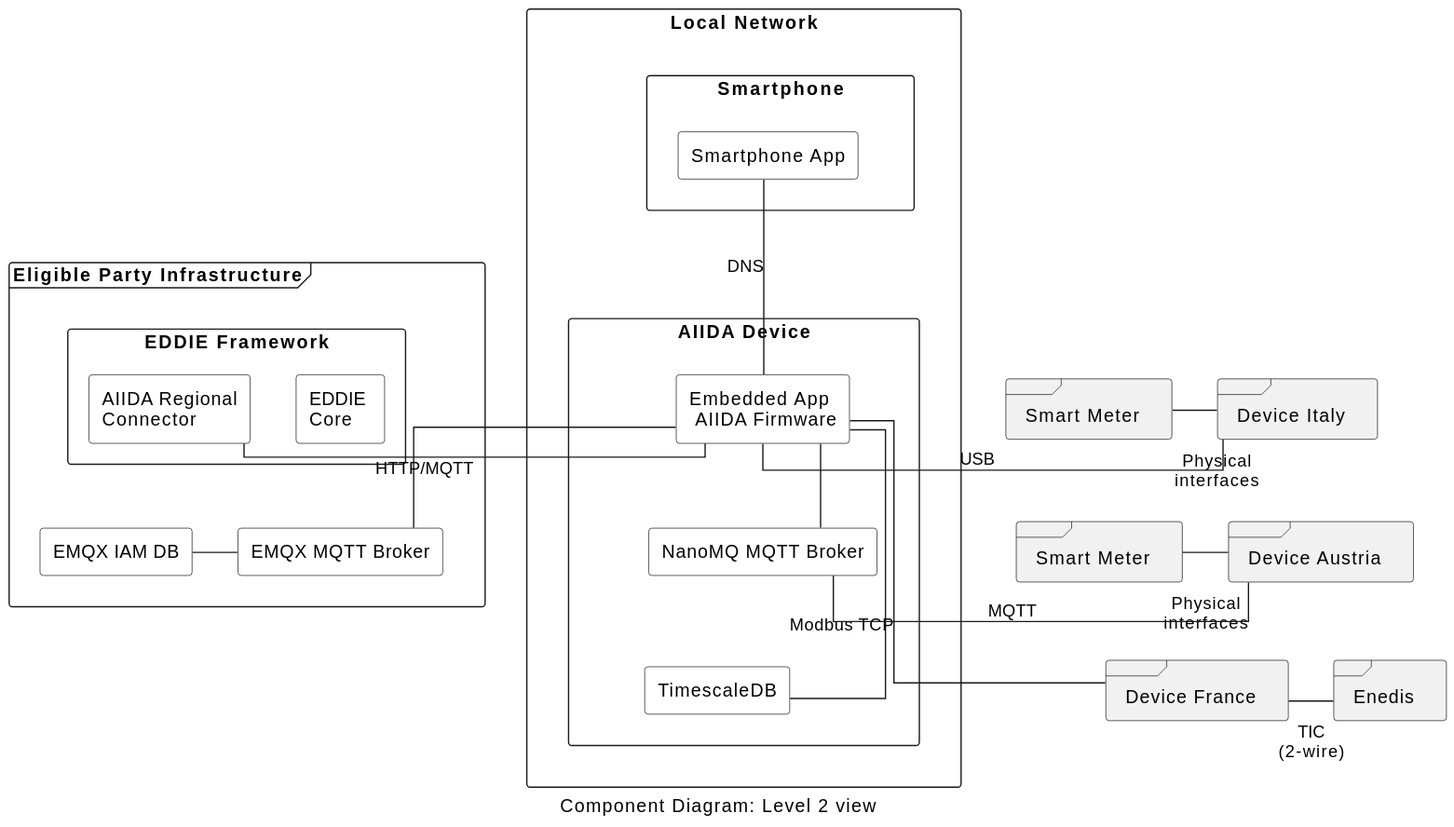
This is arc42/aiida/deployment-view/figures/aiida_deployment_view.svg from eddie-energy/architecture, a PlantUML export, as it was before one commit. Source of this version:
```plantuml
@startuml
caption Component Diagram: Level 2 view

skinparam linetype ortho
skinparam interface {
  backgroundColor transparent
  borderColor black
}
skinparam artifact{
  BorderColor black
  BackgroundColor transparent
}
skinparam actor{
  BorderColor black
  BackgroundColor transparent
}
skinparam database{
  BorderColor black
  BackgroundColor transparent
}
skinparam collections{
  BorderColor black
  BackgroundColor white
}
skinparam rectangle{
  BackgroundColor transparent
  FontColor black
}


frame "Eligible Party Infrastructure"  as epInfra{
  rectangle "EDDIE Framework" {

    rectangle "EDDIE \nCore" as eddie
    rectangle "AIIDA Regional\nConnector" as regcon
  }
    rectangle "EMQX MQTT Broker" as broker
  rectangle "EMQX IAM DB" as emqxiam


  eddie -[hidden]down- emqxiam
  eddie -[hidden]down- broker
  emqxiam -left- broker

}
rectangle "Local Network" {
  rectangle "Smartphone" as smartphone{
    rectangle "Smartphone App" as app

  }
  rectangle "AIIDA Device" as aiida {
    rectangle "Embedded App\n AIIDA Firmware" as embapp
    rectangle "NanoMQ MQTT Broker" as nano
    rectangle "TimescaleDB" as db
  }
  embapp -[hidden]down- nano
  nano -[hidden]down- db
  aiida -[hidden]up- smartphone
  embapp -up- app:DNS
  embapp -down- db
  embapp -left- broker

}

frame "Device Italy" as device1
frame "Device Austria" as device2
frame "Device France" as device3

frame "Smart Meter" as smartmeter1
frame "Enedis" as enedis
frame "Smart Meter" as smartmeter2

device1 -left- smartmeter1:\n\nPhysical\ninterfaces
device2 -left- smartmeter2:\n\nPhysical\ninterfaces
device3 -left- enedis:\nTIC\n(2-wire)

regcon -left- embapp:HTTP/MQTT
embapp -[hidden]right- device2
embapp -right- device1:USB
embapp -right- device3:Modbus TCP
nano -right- device2:MQTT
nano -up-embapp
device1 -[hidden]down- device2
device2 -[hidden]down- device3
epInfra -[hidden]right- aiida
enedis -[hidden]left-device3
@enduml
```
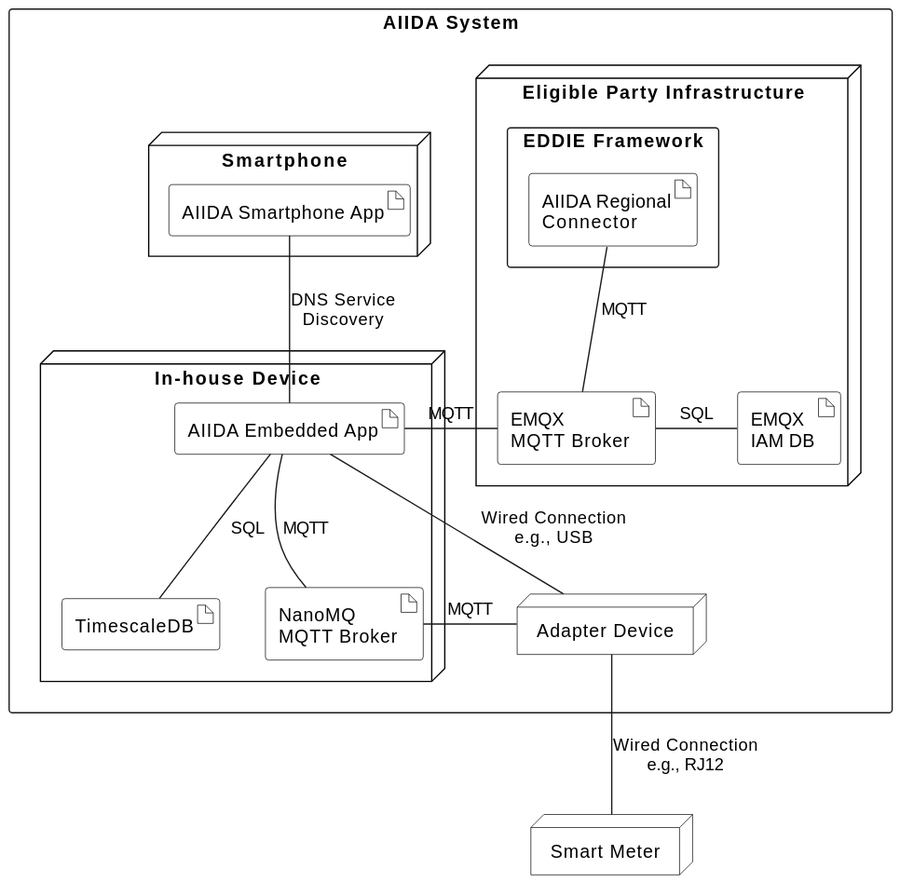
The same file after the commit.

Commit message:
update the AIIDA deployment view

Diff of the diagram source:
```diff
@@ -1,24 +1,11 @@
 @startuml
-caption Component Diagram: Level 2 view
 
-skinparam linetype ortho
-skinparam interface {
-  backgroundColor transparent
-  borderColor black
-}
+
 skinparam artifact{
   BorderColor black
   BackgroundColor transparent
 }
-skinparam actor{
-  BorderColor black
-  BackgroundColor transparent
-}
-skinparam database{
-  BorderColor black
-  BackgroundColor transparent
-}
-skinparam collections{
+skinparam node{
   BorderColor black
   BackgroundColor white
 }
@@ -27,61 +14,47 @@
   FontColor black
 }
 
+rectangle "AIIDA System" {
+  node "Eligible Party Infrastructure"  as epInfra{
+    rectangle "EDDIE Framework" {
+      artifact "AIIDA Regional\nConnector" as regcon
+    }
+    artifact "EMQX \nMQTT Broker" as broker
+    artifact "EMQX \nIAM DB" as emqxiam
 
-frame "Eligible Party Infrastructure"  as epInfra{
-  rectangle "EDDIE Framework" {
+    broker -right- emqxiam : SQL
+    regcon -down- broker : MQTT
+  }
 
-    rectangle "EDDIE \nCore" as eddie
-    rectangle "AIIDA Regional\nConnector" as regcon
+  node "Smartphone" as smartphone{
+    artifact "AIIDA Smartphone App" as app
+
   }
-    rectangle "EMQX MQTT Broker" as broker
-  rectangle "EMQX IAM DB" as emqxiam
+  node "In-house Device" as aiida {
+    artifact "AIIDA Embedded App" as embapp
+    artifact "NanoMQ \nMQTT Broker" as nano
+    artifact "TimescaleDB" as db
+
+    embapp -down- nano : MQTT
+    embapp -down- db : SQL
+    db -[hidden]right- nano
+  }
+
+  embapp -up- app : DNS Service\nDiscovery
+  embapp -right- broker : MQTT
+
+node "Adapter Device" as adapterDevice
+}
+node "Smart Meter" as smartmeter
+
+adapterDevice -left- embapp :  Wired Connection\ne.g., USB
+adapterDevice -left- nano : MQTT
+
+smartmeter -up- adapterDevice : Wired Connection\ne.g., RJ12
 
 
-  eddie -[hidden]down- emqxiam
-  eddie -[hidden]down- broker
-  emqxiam -left- broker
 
-}
-rectangle "Local Network" {
-  rectangle "Smartphone" as smartphone{
-    rectangle "Smartphone App" as app
 
-  }
-  rectangle "AIIDA Device" as aiida {
-    rectangle "Embedded App\n AIIDA Firmware" as embapp
-    rectangle "NanoMQ MQTT Broker" as nano
-    rectangle "TimescaleDB" as db
-  }
-  embapp -[hidden]down- nano
-  nano -[hidden]down- db
-  aiida -[hidden]up- smartphone
-  embapp -up- app:DNS
-  embapp -down- db
-  embapp -left- broker
 
-}
 
-frame "Device Italy" as device1
-frame "Device Austria" as device2
-frame "Device France" as device3
-
-frame "Smart Meter" as smartmeter1
-frame "Enedis" as enedis
-frame "Smart Meter" as smartmeter2
-
-device1 -left- smartmeter1:\n\nPhysical\ninterfaces
-device2 -left- smartmeter2:\n\nPhysical\ninterfaces
-device3 -left- enedis:\nTIC\n(2-wire)
-
-regcon -left- embapp:HTTP/MQTT
-embapp -[hidden]right- device2
-embapp -right- device1:USB
-embapp -right- device3:Modbus TCP
-nano -right- device2:MQTT
-nano -up-embapp
-device1 -[hidden]down- device2
-device2 -[hidden]down- device3
-epInfra -[hidden]right- aiida
-enedis -[hidden]left-device3
 @enduml
```
